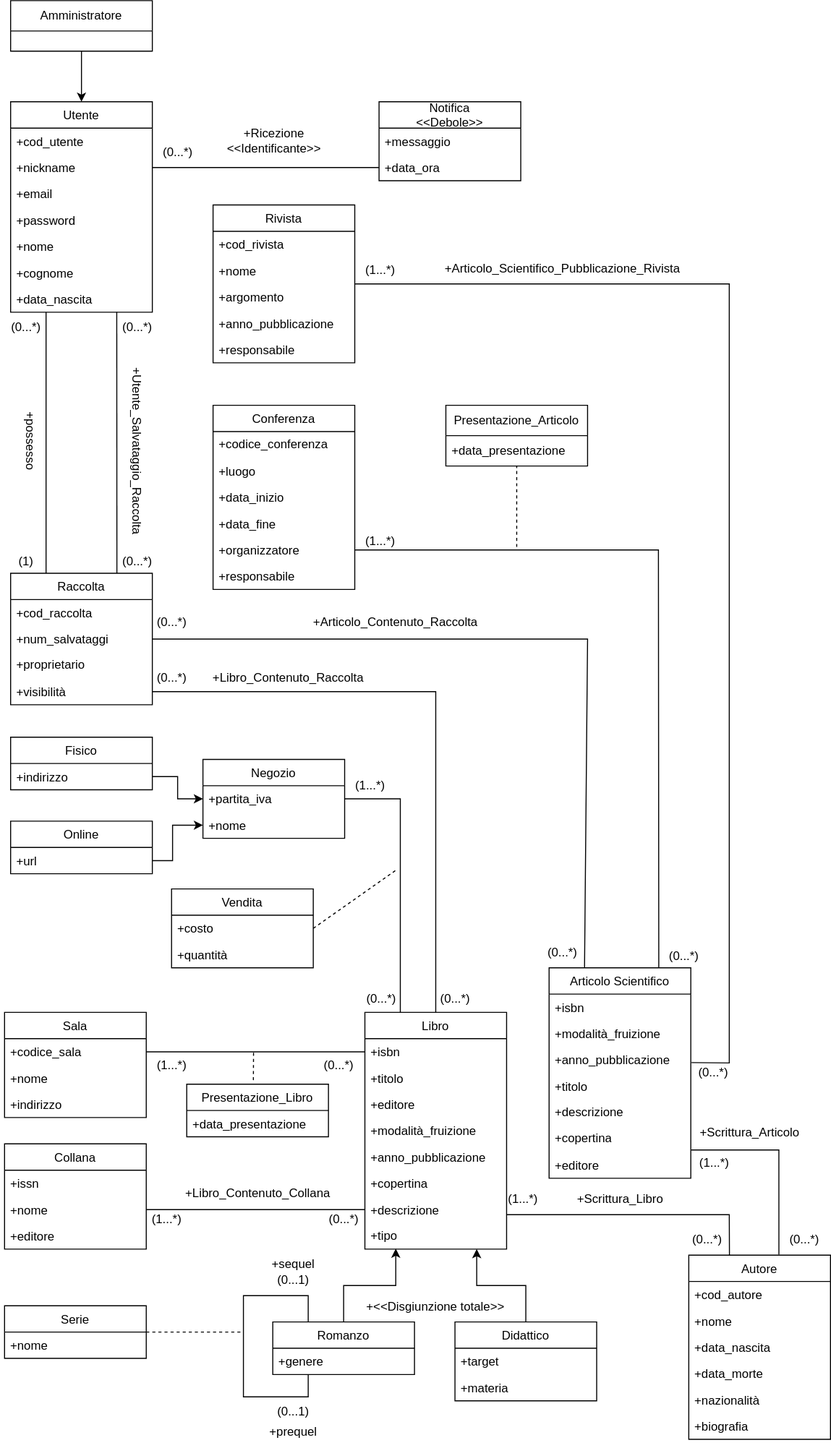
Above: progettazione_concettuale/Modello_Concettuale_UML.drawio.svg in m3tt0/Progetto_OB_BASI (draw.io), before the change. Source tidied: cells renumbered, new cells last; positions are measured from the earlier drawing's top-left corner, leaving out a move shared by most shapes.
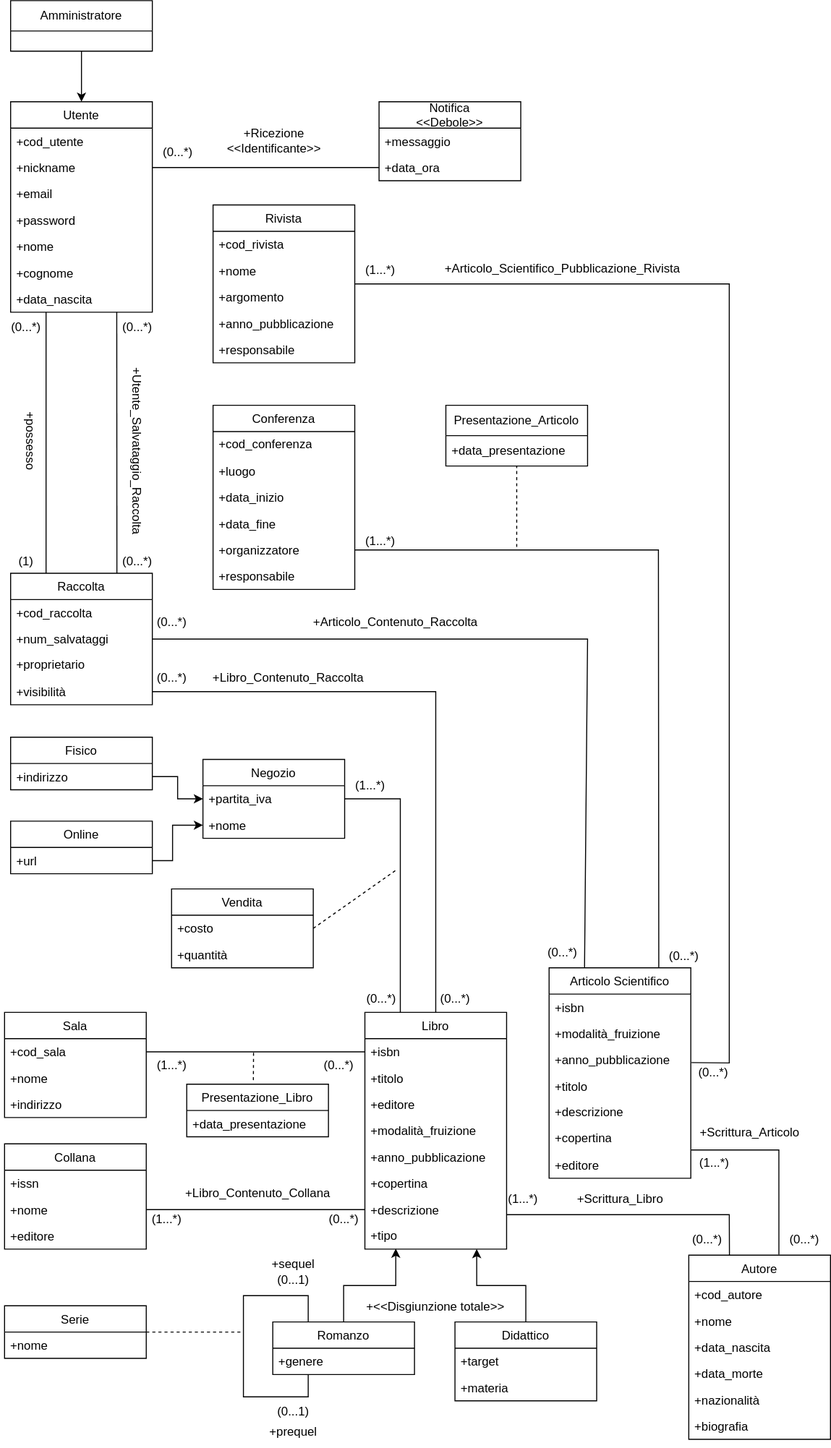
After the change.

Diff of the diagram source:
```diff
@@ -5,7 +5,7 @@
     <mxCell id="2" value="Conferenza" style="swimlane;fontStyle=0;horizontal=1;startSize=26;fillColor=none;" parent="1" vertex="1">
       <mxGeometry x="220" y="400" width="140" height="182" as="geometry" />
     </mxCell>
-    <mxCell id="3" value="+codice_conferenza" style="text;strokeColor=none;fillColor=none;align=left;verticalAlign=middle;spacingLeft=4;spacingRight=4;overflow=hidden;whiteSpace=wrap;html=1;" parent="2" vertex="1">
+    <mxCell id="3" value="+cod_conferenza" style="text;strokeColor=none;fillColor=none;align=left;verticalAlign=middle;spacingLeft=4;spacingRight=4;overflow=hidden;whiteSpace=wrap;html=1;" parent="2" vertex="1">
       <mxGeometry y="26" width="140" height="26" as="geometry" />
     </mxCell>
     <mxCell id="4" value="+luogo" style="text;strokeColor=none;fillColor=none;align=left;verticalAlign=top;spacingLeft=4;spacingRight=4;overflow=hidden;" parent="2" vertex="1">
@@ -250,7 +250,7 @@
     <mxCell id="77" value="Sala" style="swimlane;fontStyle=0;horizontal=1;startSize=26;fillColor=none;" parent="1" vertex="1">
       <mxGeometry x="14" y="1000" width="140" height="104" as="geometry" />
     </mxCell>
-    <mxCell id="78" value="+codice_sala" style="text;strokeColor=none;fillColor=none;align=left;verticalAlign=top;spacingLeft=4;spacingRight=4;overflow=hidden;points=[[0,0.5],[1,0.5]];portConstraint=eastwest;" parent="77" vertex="1">
+    <mxCell id="78" value="+cod_sala" style="text;strokeColor=none;fillColor=none;align=left;verticalAlign=top;spacingLeft=4;spacingRight=4;overflow=hidden;points=[[0,0.5],[1,0.5]];portConstraint=eastwest;" parent="77" vertex="1">
       <mxGeometry y="26" width="140" height="26" as="geometry" />
     </mxCell>
     <mxCell id="79" value="+nome" style="text;strokeColor=none;fillColor=none;align=left;verticalAlign=top;spacingLeft=4;spacingRight=4;overflow=hidden;" parent="77" vertex="1">
```
